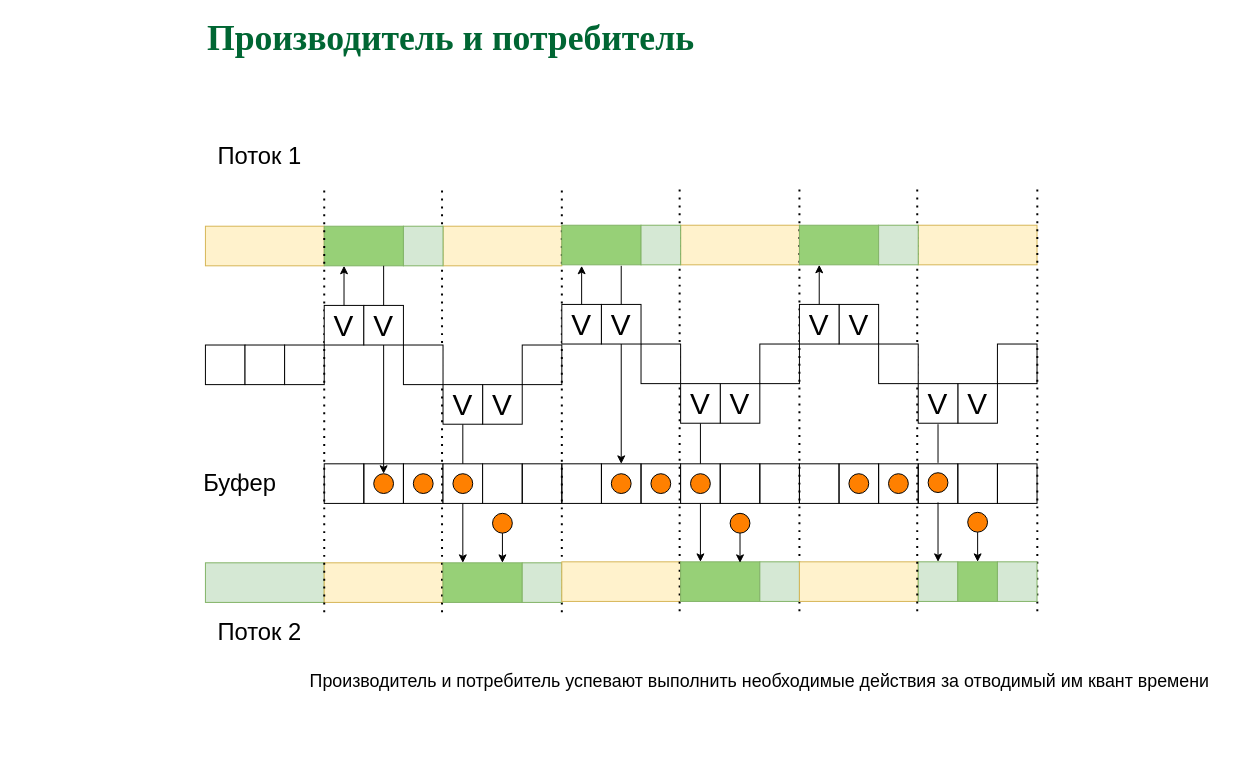
Earlier version of the draw.io diagram page "ProCon" (8 of 21) of slides/sync.drawio (77maxikov/os_course). Source tidied: cells renumbered, new cells numbered last; positions are measured from the earlier drawing's top-left corner, leaving out a move shared by most shapes. Both pictures are drawn from the tidied source at 99%, with x=0, y=0 at pixel (175, 28).
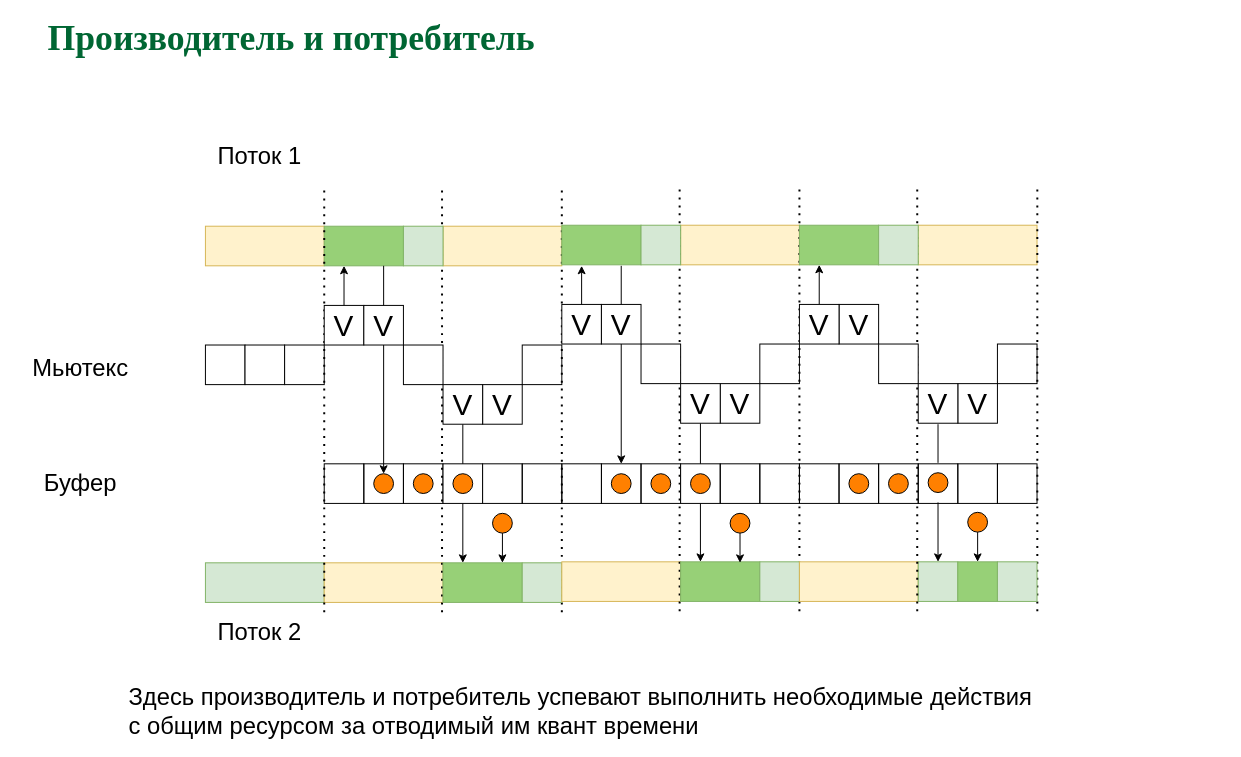
The same diagram, later.

The edit, as a diff of the source:
```diff
@@
     <mxCell id="16" value="&lt;font face=&quot;Garamond&quot; color=&quot;#006633&quot; size=&quot;1&quot;&gt;&lt;b style=&quot;font-size: 36px&quot;&gt;Производитель и потребитель&lt;/b&gt;&lt;/font&gt;" style="text;html=1;align=left;verticalAlign=middle;whiteSpace=wrap;rounded=0;" parent="1" vertex="1">
-      <mxGeometry x="30" width="920" height="20" as="geometry" />
+      <mxGeometry x="-130.7" width="920" height="20" as="geometry" />
     </mxCell>
-    <mxCell id="17" value="&lt;font color=&quot;#000000&quot; style=&quot;font-size: 18px&quot;&gt;Производитель и потребитель успевают выполнить необходимые действия за отводимый им квант времени&lt;/font&gt;" style="text;html=1;strokeColor=none;fillColor=none;align=center;verticalAlign=middle;whiteSpace=wrap;rounded=0;fontColor=#006633;" parent="1" vertex="1">
-      <mxGeometry x="120" y="650" width="940" height="20" as="geometry" />
+    <mxCell id="17" value="&lt;font color=&quot;#000000&quot; style=&quot;font-size: 24px;&quot;&gt;Здесь производитель и потребитель успевают выполнить необходимые действия &lt;br&gt;&lt;div style=&quot;text-align: justify;&quot;&gt;&lt;font style=&quot;background-color: initial;&quot; color=&quot;#000000&quot;&gt;с общим ресурсом&amp;nbsp;&lt;/font&gt;&lt;span style=&quot;background-color: initial; text-align: justify;&quot;&gt;за отводимый им квант времени&lt;/span&gt;&lt;/div&gt;&lt;/font&gt;" style="text;html=1;strokeColor=none;fillColor=none;align=center;verticalAlign=middle;whiteSpace=wrap;rounded=0;fontColor=#006633;" parent="1" vertex="1">
+      <mxGeometry x="-60.7" y="680" width="940" height="20" as="geometry" />
     </mxCell>
@@
     <mxCell id="99" value="&lt;font style=&quot;font-size: 24px&quot;&gt;Буфер&lt;/font&gt;" style="text;html=1;strokeColor=none;fillColor=none;align=center;verticalAlign=middle;whiteSpace=wrap;rounded=0;" parent="1" vertex="1">
-      <mxGeometry y="450" width="130" height="20" as="geometry" />
+      <mxGeometry x="-160.7" y="450" width="130" height="20" as="geometry" />
     </mxCell>
@@
+    <mxCell id="117" value="&lt;font style=&quot;font-size: 24px&quot;&gt;Мьютекс&lt;/font&gt;" style="text;html=1;strokeColor=none;fillColor=none;align=center;verticalAlign=middle;whiteSpace=wrap;rounded=0;" parent="1" vertex="1">
+      <mxGeometry x="-160.7" y="334" width="130" height="20" as="geometry" />
+    </mxCell>
```
